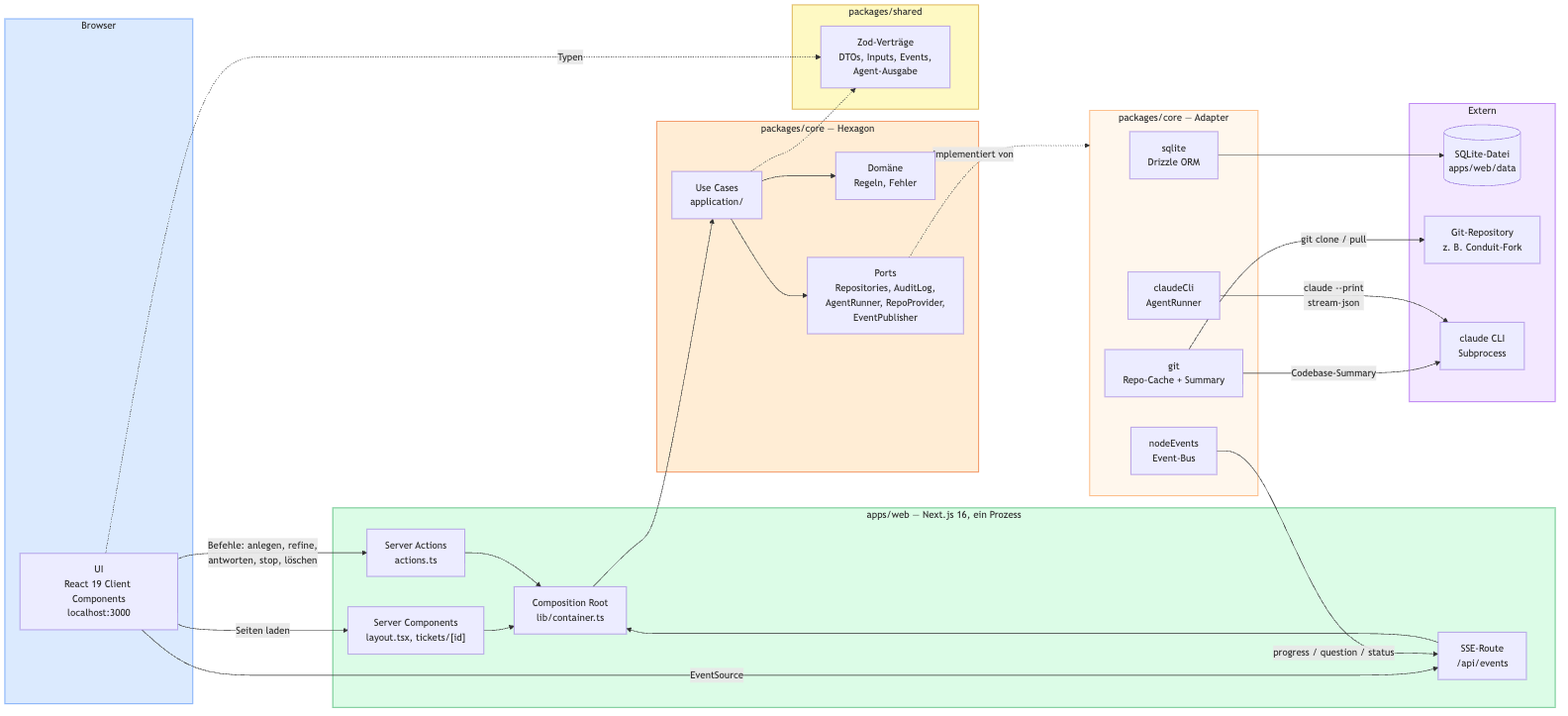
Above: docs/architecture.png in wojciechlaka/ai-sdlc (Mermaid), before the change. Its source is kept beside it as docs/architecture.mmd.
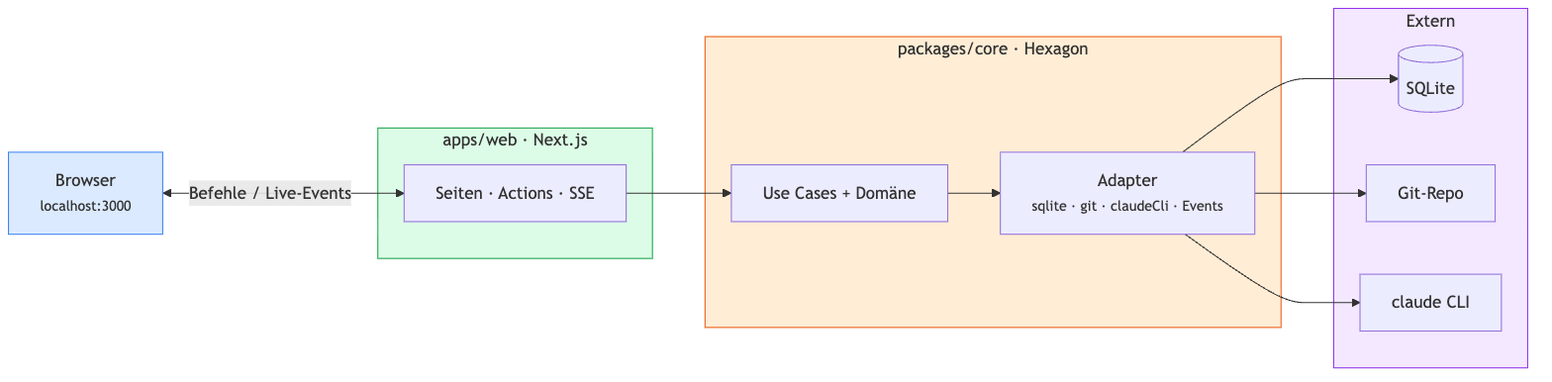
Above is the later version.

Commit message:
docs: Architekturdiagramm auf das Wesentliche reduziert

Diff of the diagram source:
```diff
@@ -1,71 +1,29 @@
 flowchart LR
-    subgraph Browser["Browser"]
-        direction TB
-        UI["UI\nReact 19 Client Components\nlocalhost:3000"]
+    B["Browser<br/><small>localhost:3000</small>"]
+
+    subgraph Web["apps/web · Next.js"]
+        W["Seiten · Actions · SSE"]
     end
 
-    subgraph Web["apps/web — Next.js 16, ein Prozess"]
-        direction TB
-        RSC["Server Components\nlayout.tsx, tickets/[id]"]
-        ACT["Server Actions\nactions.ts"]
-        SSE["SSE-Route\n/api/events"]
-        CONT["Composition Root\nlib/container.ts"]
+    subgraph Core["packages/core · Hexagon"]
+        UC["Use Cases + Domäne"]
+        AD["Adapter<br/><small>sqlite · git · claudeCli · Events</small>"]
+        UC --> AD
     end
 
-    subgraph Core["packages/core — Hexagon"]
-        direction TB
-        UC["Use Cases\napplication/"]
-        DOM["Domäne\nRegeln, Fehler"]
-        PORTS["Ports\nRepositories, AuditLog,\nAgentRunner, RepoProvider,\nEventPublisher"]
+    subgraph Ext["Extern"]
+        DB[("SQLite")]
+        GIT["Git-Repo"]
+        CL["claude CLI"]
     end
 
-    subgraph Adapters["packages/core — Adapter"]
-        direction TB
-        SQL["sqlite\nDrizzle ORM"]
-        GIT["git\nRepo-Cache + Summary"]
-        CLI["claudeCli\nAgentRunner"]
-        BUS["nodeEvents\nEvent-Bus"]
-    end
+    B <-->|"Befehle / Live-Events"| W
+    W --> UC
+    AD --> DB
+    AD --> GIT
+    AD --> CL
 
-    subgraph External["Extern"]
-        direction TB
-        DB[("SQLite-Datei\napps/web/data")]
-        REPO["Git-Repository\nz. B. Conduit-Fork"]
-        CLAUDE["claude CLI\nSubprocess"]
-    end
-
-    subgraph Shared["packages/shared"]
-        direction TB
-        ZOD["Zod-Verträge\nDTOs, Inputs, Events,\nAgent-Ausgabe"]
-    end
-
-    UI -->|"Seiten laden"| RSC
-    UI -->|"Befehle: anlegen, refine,\nantworten, stop, löschen"| ACT
-    UI -->|"EventSource"| SSE
-    RSC --> CONT
-    ACT --> CONT
-    SSE --> CONT
-    CONT --> UC
-    UC --> DOM
-    UC --> PORTS
-    PORTS -.->|"implementiert von"| Adapters
-    PORTS ~~~ SQL
-    PORTS ~~~ GIT
-    PORTS ~~~ CLI
-    PORTS ~~~ BUS
-
-    SQL --> DB
-    GIT -->|"git clone / pull"| REPO
-    GIT -->|"Codebase-Summary"| CLAUDE
-    CLI -->|"claude --print\nstream-json"| CLAUDE
-    BUS -->|"progress / question / status"| SSE
-
-    UC -.-> ZOD
-    UI -.->|"Typen"| ZOD
-
-    style Browser fill:#dbeafe,stroke:#3b82f6
     style Web fill:#dcfce7,stroke:#16a34a
     style Core fill:#ffedd5,stroke:#ea580c
-    style Adapters fill:#fff7ed,stroke:#fb923c
-    style Shared fill:#fef9c3,stroke:#ca8a04
-    style External fill:#f3e8ff,stroke:#9333ea
+    style Ext fill:#f3e8ff,stroke:#9333ea
+    style B fill:#dbeafe,stroke:#3b82f6
```
